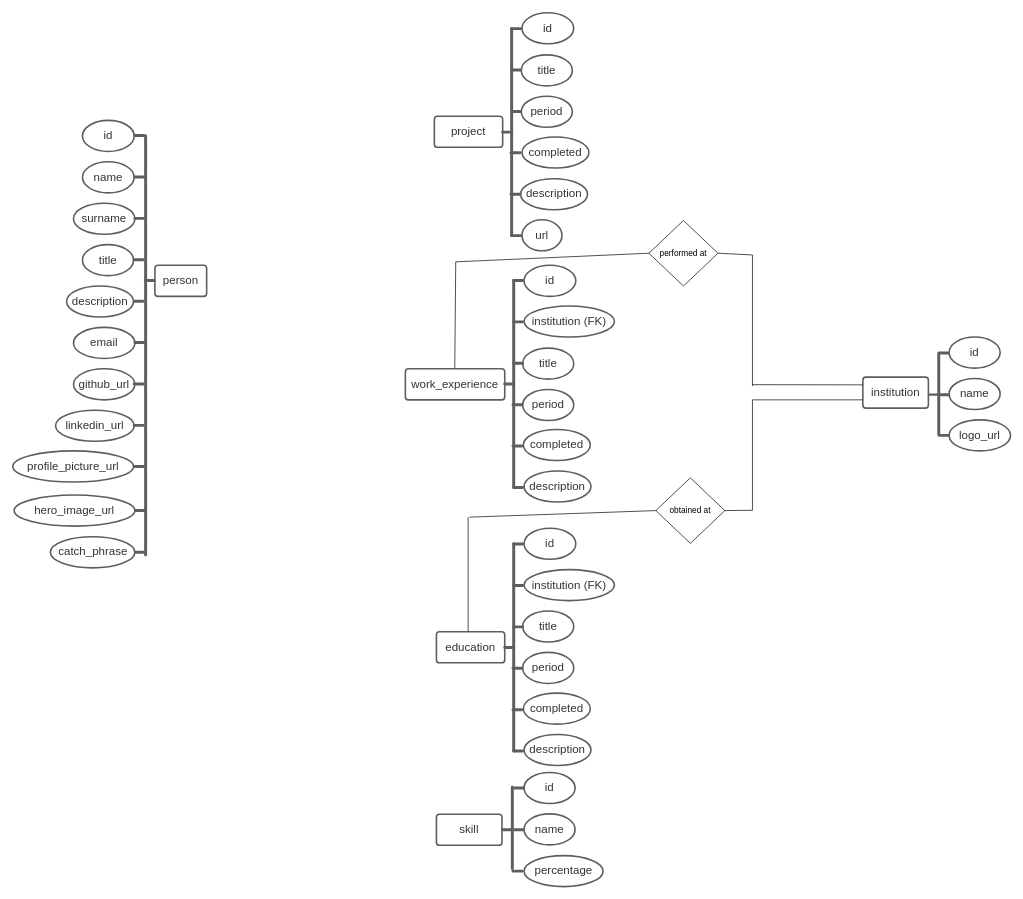
The draw.io diagram base de datos/der portfolio.drawio in sebastian-charras/portfolio-BackEnd, before the edit. Source tidied: cells renumbered, new cells numbered last; positions are measured from the earlier drawing's top-left corner, leaving out a move shared by most shapes. Both pictures are drawn from the tidied source at 69%, with x=0, y=0 at pixel (-65, 12).
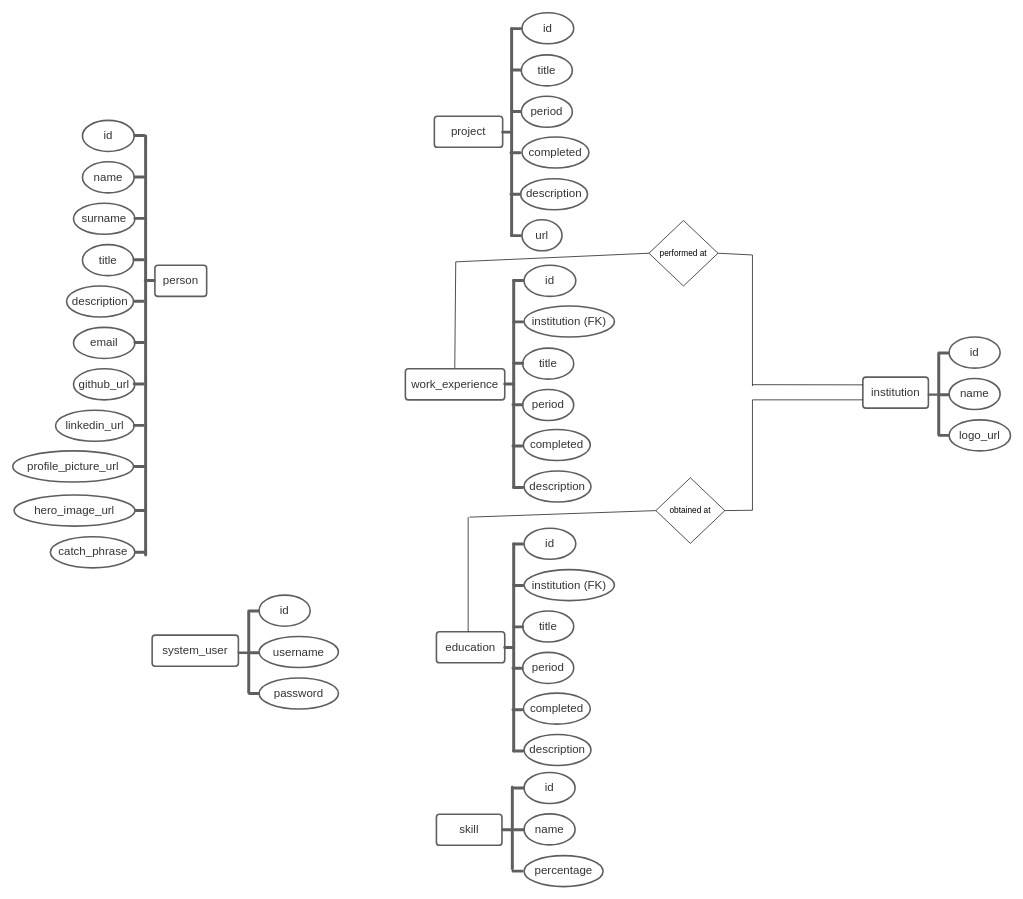
After the change.

Commit message (it also covers changes not shown here):
Agregada tabla en bd system_user

What changed in the source:
```diff
@@
+    <mxCell id="102" value="system_user" style="html=1;overflow=block;blockSpacing=1;whiteSpace=wrap;fontSize=16.7;fontColor=#333333;align=center;spacing=3.8;strokeColor=#5e5e5e;strokeOpacity=100;rounded=1;absoluteArcSize=1;arcSize=9;strokeWidth=2.3;lucidId=dISxBcd7wX7J;" parent="1" vertex="1">
+      <mxGeometry x="314" y="902" width="125" height="45" as="geometry" />
+    </mxCell>
+    <mxCell id="103" value="id" style="html=1;overflow=block;blockSpacing=1;whiteSpace=wrap;ellipse;fontSize=16.7;fontColor=#333333;align=center;spacing=3.8;strokeColor=#5e5e5e;strokeOpacity=100;rounded=1;absoluteArcSize=1;arcSize=9;strokeWidth=2.3;lucidId=dISxUbHdt6mK;" parent="1" vertex="1">
+      <mxGeometry x="469" y="844" width="74" height="45" as="geometry" />
+    </mxCell>
+    <mxCell id="104" value="username" style="html=1;overflow=block;blockSpacing=1;whiteSpace=wrap;ellipse;fontSize=16.7;fontColor=#333333;align=center;spacing=3.8;strokeColor=#5e5e5e;strokeOpacity=100;rounded=1;absoluteArcSize=1;arcSize=9;strokeWidth=2.3;lucidId=dISxtGL88d8h;" parent="1" vertex="1">
+      <mxGeometry x="469" y="904" width="115" height="45" as="geometry" />
+    </mxCell>
+    <mxCell id="105" value="password" style="html=1;overflow=block;blockSpacing=1;whiteSpace=wrap;ellipse;fontSize=16.7;fontColor=#333333;align=center;spacing=3.8;strokeColor=#5e5e5e;strokeOpacity=100;rounded=1;absoluteArcSize=1;arcSize=9;strokeWidth=2.3;lucidId=dISxPikBRL42;" parent="1" vertex="1">
+      <mxGeometry x="469" y="964" width="115" height="45" as="geometry" />
+    </mxCell>
+    <mxCell id="106" style="html=1;overflow=block;blockSpacing=1;whiteSpace=wrap;fontSize=13;spacing=0;strokeColor=#5e5e5e;strokeOpacity=100;rounded=1;absoluteArcSize=1;arcSize=9;strokeWidth=2.3;lucidId=dISxEywBCqgR;" parent="1" vertex="1">
+      <mxGeometry x="439" y="927" width="15" height="1" as="geometry" />
+    </mxCell>
+    <mxCell id="107" style="html=1;overflow=block;blockSpacing=1;whiteSpace=wrap;fontSize=13;spacing=0;strokeColor=#5e5e5e;strokeOpacity=100;rounded=1;absoluteArcSize=1;arcSize=9;strokeWidth=2.3;lucidId=dISxDyOGLchl;" parent="1" vertex="1">
+      <mxGeometry x="454" y="866" width="15" height="2" as="geometry" />
+    </mxCell>
+    <mxCell id="108" style="html=1;overflow=block;blockSpacing=1;whiteSpace=wrap;fontSize=13;spacing=0;strokeColor=#5e5e5e;strokeOpacity=100;rounded=1;absoluteArcSize=1;arcSize=9;strokeWidth=2.3;lucidId=dISxVEEbYPSp;" parent="1" vertex="1">
+      <mxGeometry x="454" y="926.5" width="15" height="2" as="geometry" />
+    </mxCell>
+    <mxCell id="109" style="html=1;overflow=block;blockSpacing=1;whiteSpace=wrap;fontSize=13;spacing=0;strokeColor=#5e5e5e;strokeOpacity=100;rounded=1;absoluteArcSize=1;arcSize=9;strokeWidth=2.3;lucidId=dISxdaWfGsEN;" parent="1" vertex="1">
+      <mxGeometry x="454" y="985.5" width="15" height="2" as="geometry" />
+    </mxCell>
+    <mxCell id="110" style="html=1;overflow=block;blockSpacing=1;whiteSpace=wrap;fontSize=13;spacing=0;strokeColor=#5e5e5e;strokeOpacity=100;rounded=1;absoluteArcSize=1;arcSize=9;rotation=-270;strokeWidth=2.3;lucidId=xISx_icx.g~Y;" parent="1" vertex="1">
+      <mxGeometry x="394" y="925.5" width="120" height="2" as="geometry" />
+    </mxCell>
```
